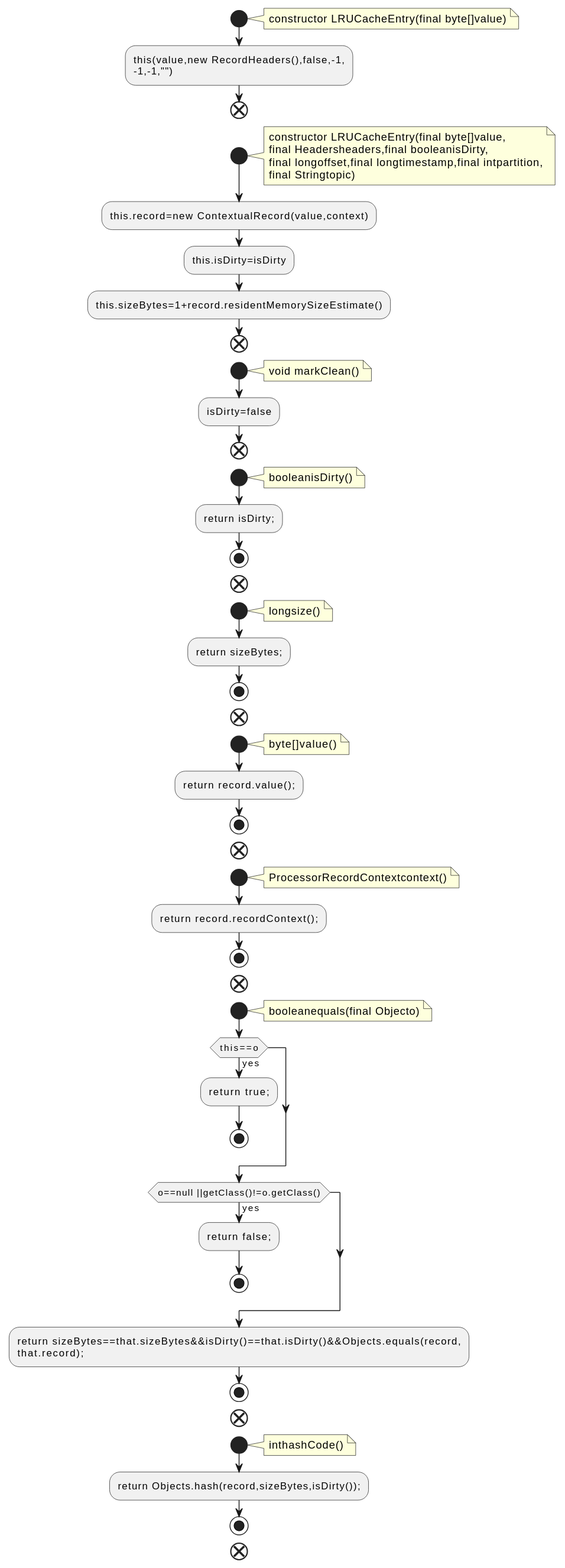
Earlier version of the PlantUML export docs/qc/streams/src/main/java/org/apache/kafka/streams/state/internals/LRUCacheEntry.java.fct.svg (qualitesys/kafka).
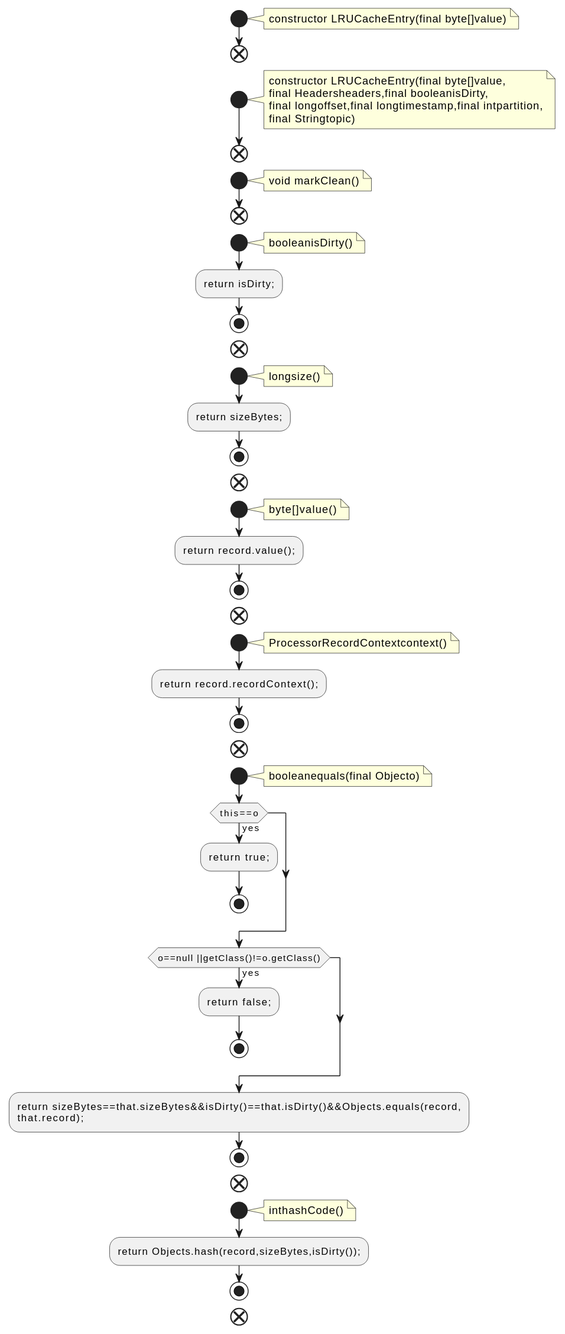
Above is the later version.

The edit, as a diff of the source:
```diff
@@ -4,8 +4,6 @@
 note right
 constructor LRUCacheEntry(final byte[]value)
 end note
-:this(value,new RecordHeaders(),false,-1,
--1,-1,"");
 end
 start
 note right
@@ -14,15 +12,11 @@
 final longoffset,final longtimestamp,final intpartition,
 final Stringtopic)
 end note
-:this.record=new ContextualRecord(value,context);
-:this.isDirty=isDirty;
-:this.sizeBytes=1+record.residentMemorySizeEstimate();
 end
 start
 note right
 void markClean()
 end note
-:isDirty=false;
 end
 start
 note right
```
